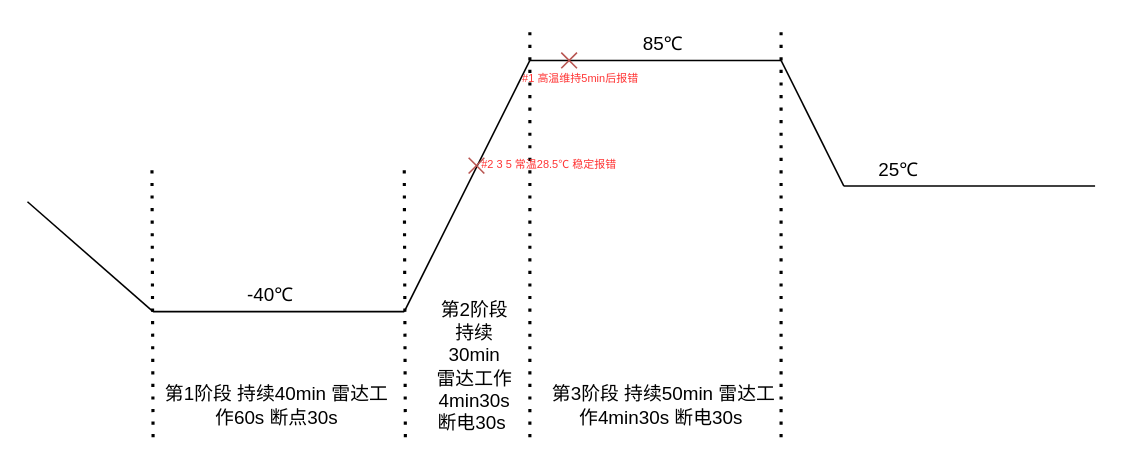
Before: A11-温循SEU流程.drawio in shenwangchong/learngit, a draw.io diagram. Source tidied: cells renumbered, new cells numbered last; positions are measured from the earlier drawing's top-left corner, leaving out a move shared by most shapes. Both pictures are drawn from the tidied source at 157%, with x=0, y=0 at pixel (27, 28).
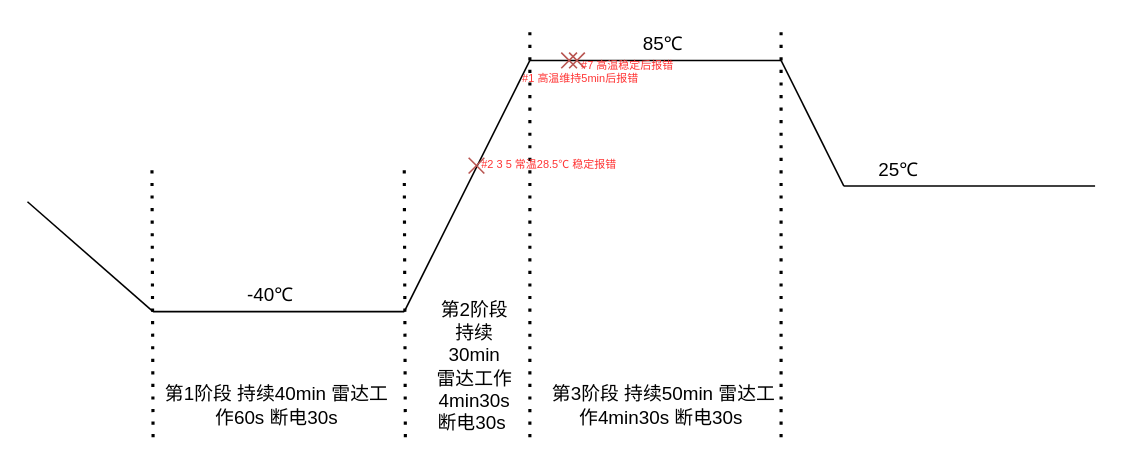
The same diagram, later.

Commit message:
更新A11-温循SEU流程.drawio

The edit, as a diff of the source:
```diff
@@
-    <mxCell id="12" value="第1阶段 持续40min 雷达工作60s 断点30s" style="text;html=1;whiteSpace=wrap;strokeColor=none;fillColor=none;align=center;verticalAlign=middle;rounded=0;" parent="1" vertex="1">
+    <mxCell id="12" value="第1阶段 持续40min 雷达工作60s 断电30s" style="text;html=1;whiteSpace=wrap;strokeColor=none;fillColor=none;align=center;verticalAlign=middle;rounded=0;" parent="1" vertex="1">
       <mxGeometry x="84" y="230" width="150" height="20" as="geometry" />
     </mxCell>
@@
+    <mxCell id="26" style="group;" parent="1" vertex="1">
+      <mxGeometry x="345" y="15" width="10" height="10" as="geometry" />
+    </mxCell>
+    <mxCell id="27" style="endArrow=none;html=1;rounded=0;fillColor=#f8cecc;strokeColor=#b85450;" parent="26" edge="1">
+      <mxGeometry relative="1" as="geometry">
+        <mxPoint y="10" as="sourcePoint" />
+        <mxPoint x="10" as="targetPoint" />
+      </mxGeometry>
+    </mxCell>
+    <mxCell id="28" style="endArrow=none;html=1;rounded=0;fillColor=#f8cecc;strokeColor=#b85450;" parent="26" edge="1">
+      <mxGeometry relative="1" as="geometry">
+        <mxPoint x="10" y="10" as="sourcePoint" />
+        <mxPoint as="targetPoint" />
+      </mxGeometry>
+    </mxCell>
+    <mxCell id="29" value="&lt;font style=&quot;color: rgb(255, 51, 51); font-size: 7px;&quot;&gt;#7 高温稳定后报错&lt;/font&gt;" style="text;html=1;whiteSpace=wrap;strokeColor=none;fillColor=none;align=center;verticalAlign=middle;rounded=0;" parent="1" vertex="1">
+      <mxGeometry x="352" y="17" width="61" height="10" as="geometry" />
+    </mxCell>
```
